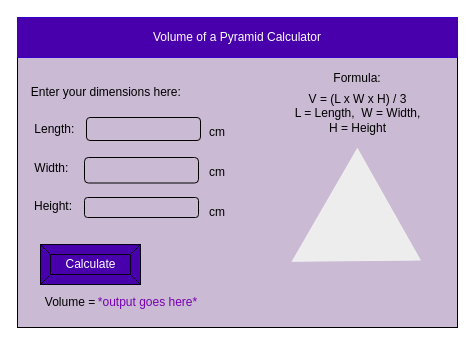
Earlier version of the draw.io diagram design/story-board.drawio (Liya-Getachew/ICS2O-Unit3-02-JS). Source tidied: cells renumbered, new cells numbered last; positions are measured from the earlier drawing's top-left corner, leaving out a move shared by most shapes. Both pictures are drawn from the tidied source at 100%, with x=0, y=0 at pixel (17, 17).
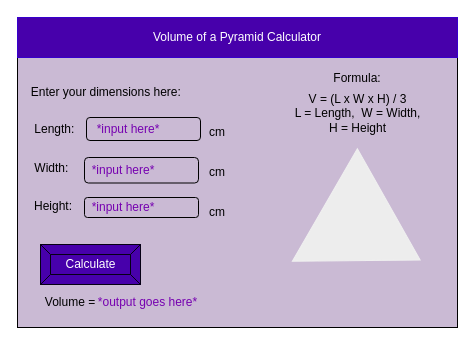
Above is the later version.

Diff of the diagram source:
```diff
@@
+    <mxCell id="20" value="*input here*" style="text;html=1;strokeColor=none;fillColor=none;align=center;verticalAlign=middle;whiteSpace=wrap;rounded=0;fontColor=#7602B0;" parent="1" vertex="1">
+      <mxGeometry x="60.5" y="96.5" width="99.5" height="30" as="geometry" />
+    </mxCell>
+    <mxCell id="21" value="*input here*" style="text;html=1;strokeColor=none;fillColor=none;align=center;verticalAlign=middle;whiteSpace=wrap;rounded=0;fontColor=#7602B0;" parent="1" vertex="1">
+      <mxGeometry x="60.5" y="137.8" width="89.5" height="30" as="geometry" />
+    </mxCell>
+    <mxCell id="22" value="*input here*" style="text;html=1;strokeColor=none;fillColor=none;align=center;verticalAlign=middle;whiteSpace=wrap;rounded=0;fontColor=#7602B0;" parent="1" vertex="1">
+      <mxGeometry x="60.5" y="175" width="89.5" height="30" as="geometry" />
+    </mxCell>
```
